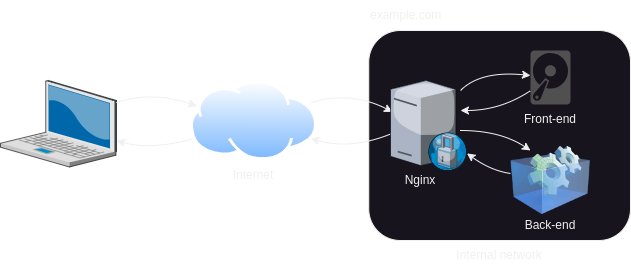
rpede/tutorial-vm-spa keeps this draw.io diagram as docs/nginx-usecase.drawio.png. Above is the earlier version. Source tidied: cells renumbered, new cells last; positions are measured from the earlier drawing's top-left corner, leaving out a move shared by most shapes.
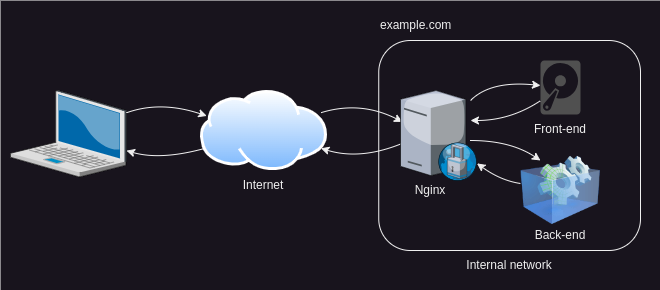
After the commit.

What changed in the source:
```diff
@@ -2,6 +2,9 @@
   <root>
     <mxCell id="0" />
     <mxCell id="1" parent="0" />
+    <mxCell id="22" style="rounded=0;whiteSpace=wrap;html=1;strokeColor=none;" parent="1" vertex="1">
+      <mxGeometry x="-10" y="-10" width="660" height="290" as="geometry" />
+    </mxCell>
     <mxCell id="2" style="verticalLabelPosition=bottom;sketch=0;html=1;verticalAlign=top;strokeColor=none;align=center;outlineConnect=0;shape=mxgraph.citrix.laptop_2;" parent="1" vertex="1">
       <mxGeometry y="80" width="116" height="86.5" as="geometry" />
     </mxCell>
```
